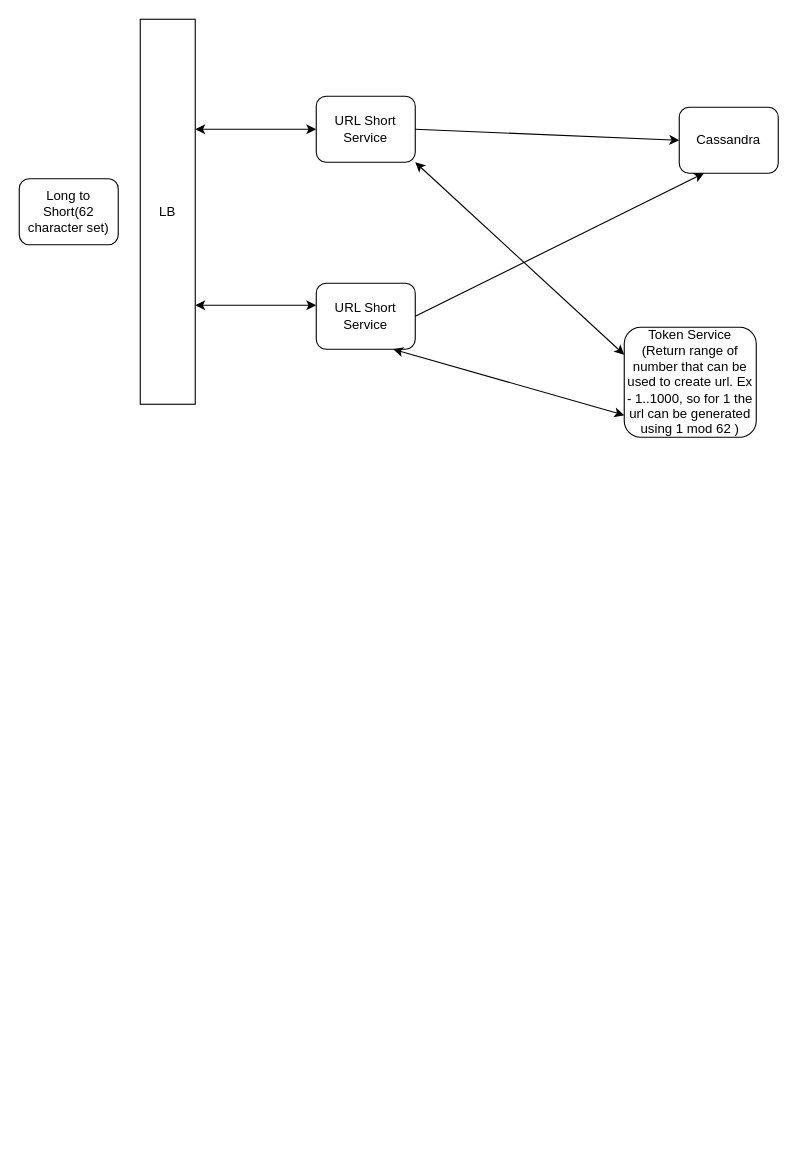
Earlier version of the draw.io diagram tiny_url.drawio (ItsAnkit/system-design). Source tidied: cells renumbered, new cells numbered last; positions are measured from the earlier drawing's top-left corner, leaving out a move shared by most shapes. Both pictures are drawn from the tidied source at 110%, with x=0, y=0 at pixel (19, 19).
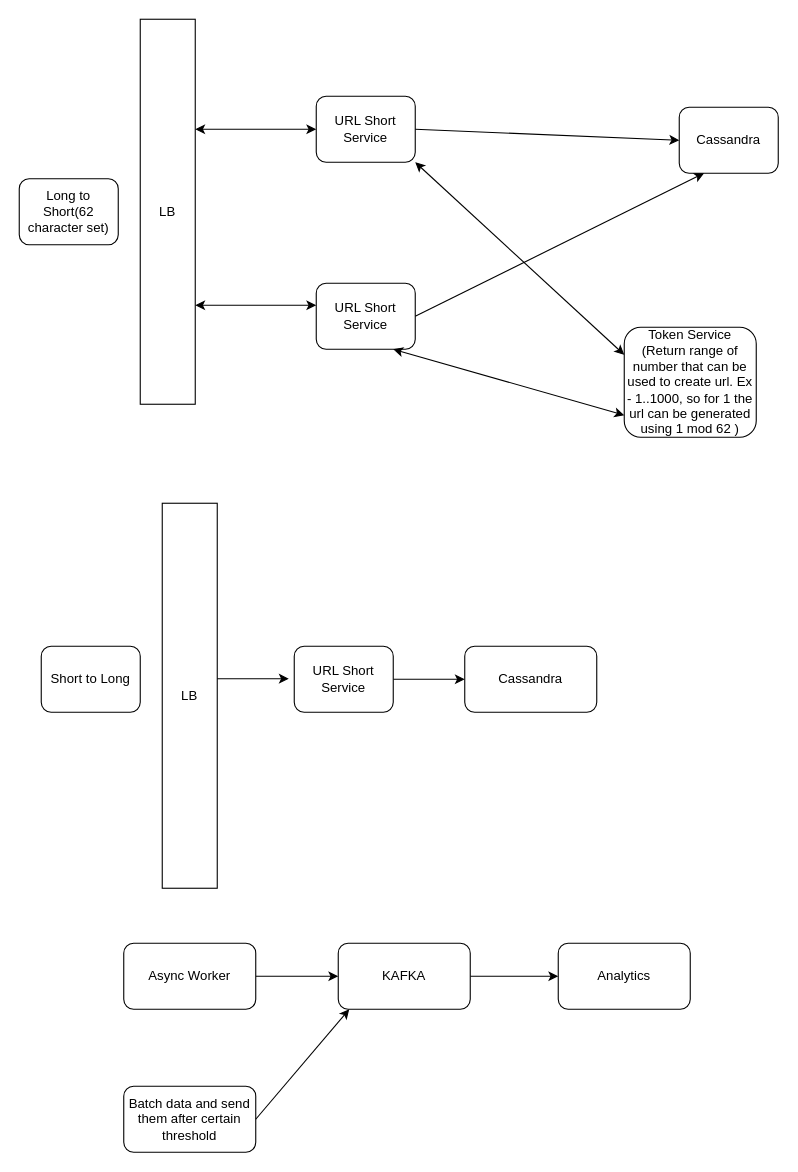
After the change.

The edit, as a diff of the source:
```diff
@@
+    <mxCell id="14" value="Short to Long" style="rounded=1;whiteSpace=wrap;html=1;" parent="1" vertex="1">
+      <mxGeometry x="20" y="570" width="90" height="60" as="geometry" />
+    </mxCell>
+    <mxCell id="15" value="LB" style="rounded=0;whiteSpace=wrap;html=1;" parent="1" vertex="1">
+      <mxGeometry x="130" y="440" width="50" height="350" as="geometry" />
+    </mxCell>
+    <mxCell id="16" style="edgeStyle=orthogonalEdgeStyle;rounded=0;jettySize=auto;html=1;" parent="1" edge="1" source="17" target="18">
+      <mxGeometry relative="1" as="geometry" />
+    </mxCell>
+    <mxCell id="17" value="&lt;span&gt;URL Short Service&lt;/span&gt;" style="rounded=1;whiteSpace=wrap;html=1;" parent="1" vertex="1">
+      <mxGeometry x="250" y="570" width="90" height="60" as="geometry" />
+    </mxCell>
+    <mxCell id="18" value="Cassandra" style="whiteSpace=wrap;html=1;rounded=1;" parent="1" vertex="1">
+      <mxGeometry x="405" y="570" width="120" height="60" as="geometry" />
+    </mxCell>
+    <mxCell id="19" style="edgeStyle=orthogonalEdgeStyle;rounded=0;orthogonalLoop=1;jettySize=auto;html=1;" parent="1" edge="1">
+      <mxGeometry relative="1" as="geometry">
+        <mxPoint x="180" y="599.5" as="sourcePoint" />
+        <mxPoint x="245" y="599.5" as="targetPoint" />
+      </mxGeometry>
+    </mxCell>
+    <mxCell id="20" style="edgeStyle=orthogonalEdgeStyle;rounded=0;jettySize=auto;html=1;" parent="1" edge="1" source="21" target="23">
+      <mxGeometry relative="1" as="geometry" />
+    </mxCell>
+    <mxCell id="21" value="Async Worker" style="rounded=1;whiteSpace=wrap;html=1;" parent="1" vertex="1">
+      <mxGeometry x="95" y="840" width="120" height="60" as="geometry" />
+    </mxCell>
+    <mxCell id="22" style="edgeStyle=orthogonalEdgeStyle;rounded=0;jettySize=auto;html=1;" parent="1" edge="1" source="23" target="24">
+      <mxGeometry relative="1" as="geometry" />
+    </mxCell>
+    <mxCell id="23" value="KAFKA" style="whiteSpace=wrap;html=1;rounded=1;" parent="1" vertex="1">
+      <mxGeometry x="290" y="840" width="120" height="60" as="geometry" />
+    </mxCell>
+    <mxCell id="24" value="Analytics" style="whiteSpace=wrap;html=1;rounded=1;" parent="1" vertex="1">
+      <mxGeometry x="490" y="840" width="120" height="60" as="geometry" />
+    </mxCell>
+    <mxCell id="25" value="Batch data and send them after certain threshold" style="rounded=1;whiteSpace=wrap;html=1;" parent="1" vertex="1">
+      <mxGeometry x="95" y="970" width="120" height="60" as="geometry" />
+    </mxCell>
+    <mxCell id="26" style="endArrow=classic;html=1;rounded=0;exitX=1;exitY=0.5;exitDx=0;exitDy=0;" parent="1" edge="1" source="25">
+      <mxGeometry relative="1" as="geometry">
+        <mxPoint x="300" y="900" as="targetPoint" />
+      </mxGeometry>
+    </mxCell>
```
